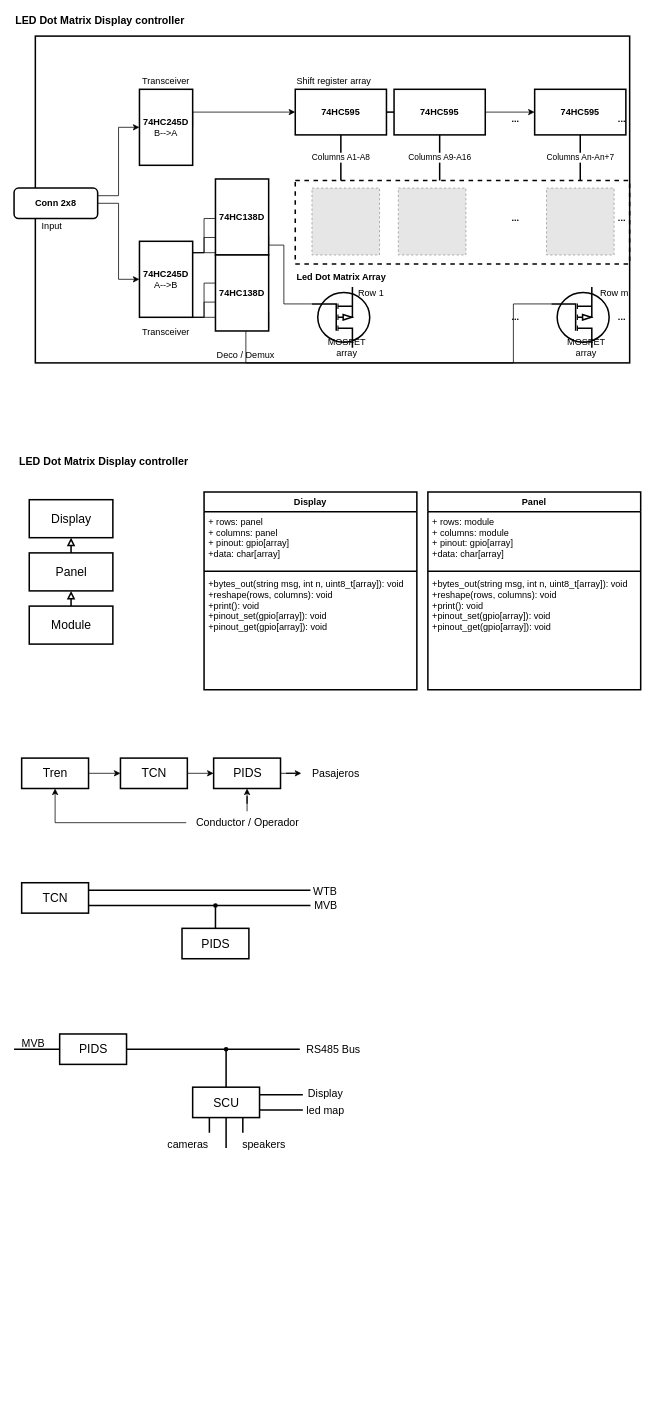
Before: Pics/Diagrams/blockDiagram.drawio in charlieromano/PIDS, a draw.io diagram. Source tidied: cells renumbered, new cells numbered last; positions are measured from the earlier drawing's top-left corner, leaving out a move shared by most shapes. Both pictures are drawn from the tidied source at 76%, with x=0, y=0 at pixel (14, 13). Pictures stored in the file or linked from it are replaced by grey dashed boxes.
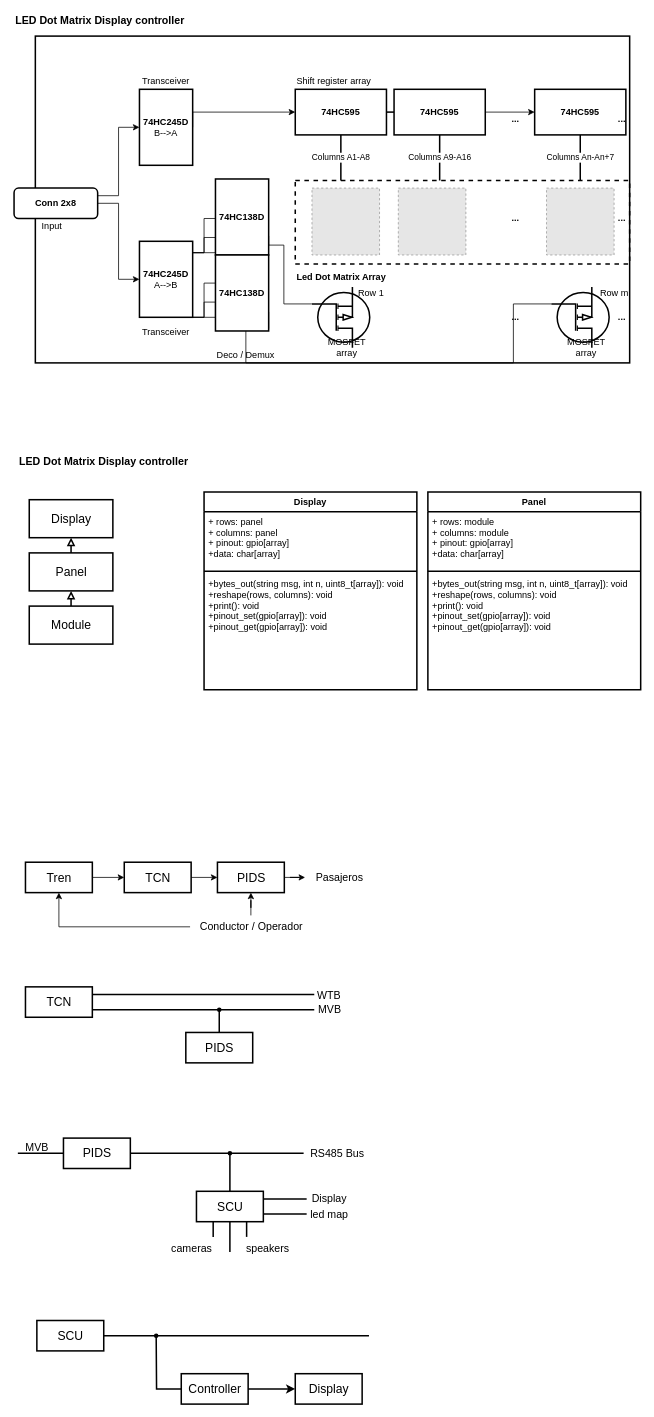
The same page after the edit.

Change to the diagram source:
```diff
@@
     <mxCell id="64" style="group;" parent="1" vertex="1">
-      <mxGeometry x="10" y="980" width="458" height="100" as="geometry" />
+      <mxGeometry x="15" y="1117" width="458" height="100" as="geometry" />
     </mxCell>
@@
     <mxCell id="75" style="group;" parent="1" vertex="1">
-      <mxGeometry x="10" y="1140" width="425" height="104" as="geometry" />
+      <mxGeometry x="15" y="1277" width="425" height="104" as="geometry" />
     </mxCell>
@@
     <mxCell id="85" style="group;" parent="1" vertex="1">
-      <mxGeometry y="1340" width="473.5" height="163" as="geometry" />
+      <mxGeometry x="5" y="1477" width="473.5" height="163" as="geometry" />
     </mxCell>
@@
+    <mxCell id="103" style="group;" parent="1" vertex="1">
+      <mxGeometry x="30" y="1720" width="437" height="110" as="geometry" />
+    </mxCell>
+    <mxCell id="104" style="edgeStyle=orthogonalEdgeStyle;rounded=0;jettySize=auto;html=1;exitX=1;exitY=0.5;exitDx=0;exitDy=0;strokeWidth=2;fontSize=14;endArrow=none;endFill=0;" parent="103" edge="1" source="105">
+      <mxGeometry relative="1" as="geometry">
+        <mxPoint x="437" y="20" as="targetPoint" />
+      </mxGeometry>
+    </mxCell>
+    <mxCell id="105" value="SCU" style="html=1;strokeWidth=2;fontSize=16;" parent="103" vertex="1">
+      <mxGeometry width="88" height="40" as="geometry" />
+    </mxCell>
+    <mxCell id="106" style="edgeStyle=orthogonalEdgeStyle;rounded=0;jettySize=auto;html=1;exitX=0;exitY=0.5;exitDx=0;exitDy=0;strokeWidth=2;fontSize=14;endArrow=none;endFill=0;" parent="103" edge="1" source="107">
+      <mxGeometry relative="1" as="geometry">
+        <mxPoint x="157" y="20" as="targetPoint" />
+      </mxGeometry>
+    </mxCell>
+    <mxCell id="107" value="Controller" style="html=1;strokeWidth=2;fontSize=16;" parent="103" vertex="1">
+      <mxGeometry x="190" y="70" width="88" height="40" as="geometry" />
+    </mxCell>
+    <mxCell id="108" value="Display" style="html=1;strokeWidth=2;fontSize=16;" parent="103" vertex="1">
+      <mxGeometry x="340" y="70" width="88" height="40" as="geometry" />
+    </mxCell>
+    <mxCell id="109" style="edgeStyle=orthogonalEdgeStyle;rounded=0;jettySize=auto;html=1;exitX=1;exitY=0.5;exitDx=0;exitDy=0;entryX=0;entryY=0.5;entryDx=0;entryDy=0;strokeWidth=2;fontSize=14;endArrow=classic;endFill=1;" parent="103" edge="1" source="107" target="108">
+      <mxGeometry relative="1" as="geometry" />
+    </mxCell>
+    <mxCell id="110" style="shape=waypoint;sketch=0;size=6;fillColor=none;perimeter=centerPerimeter;fontSize=14;" parent="103" vertex="1">
+      <mxGeometry x="137" width="40" height="40" as="geometry" />
+    </mxCell>
```
